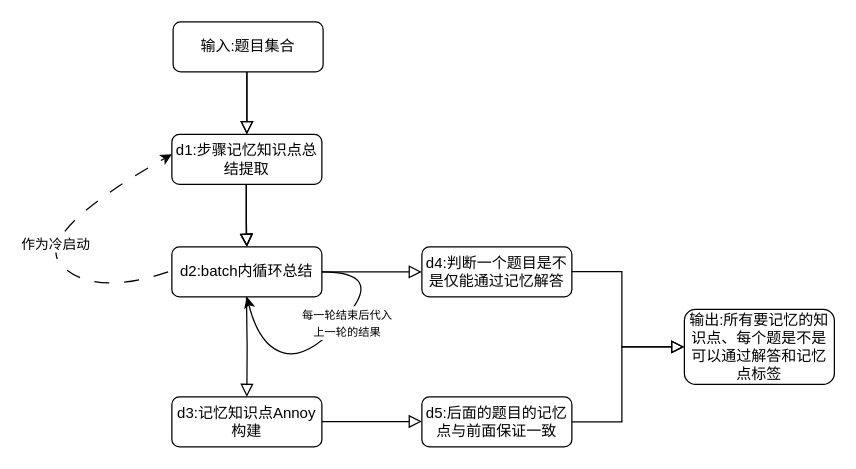
Above: 未命名绘图.drawio in urrethless/somework_graph-flow (draw.io), before the change. Source tidied: cells renumbered, new cells numbered last; positions are measured from the earlier drawing's top-left corner, leaving out a move shared by most shapes. Both pictures are drawn from the tidied source at 125%, with x=0, y=0 at pixel (30, 21).
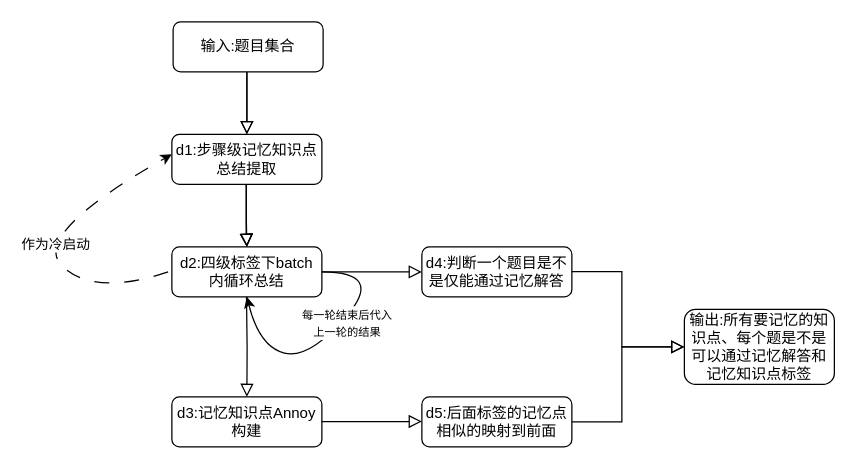
The same diagram, later.

The edit, as a diff of the source:
```diff
@@
-    <mxCell id="4" value="d1:步骤记忆知识点总结提取" style="rounded=1;whiteSpace=wrap;html=1;fontSize=12;glass=0;strokeWidth=1;shadow=0;" parent="1" vertex="1">
+    <mxCell id="4" value="d1:步骤级记忆知识点总结提取" style="rounded=1;whiteSpace=wrap;html=1;fontSize=12;glass=0;strokeWidth=1;shadow=0;" parent="1" vertex="1">
       <mxGeometry x="113" y="90" width="120" height="40" as="geometry" />
     </mxCell>
-    <mxCell id="5" value="d2:batch内循环总结" style="rounded=1;whiteSpace=wrap;html=1;fontSize=12;glass=0;strokeWidth=1;shadow=0;" parent="1" vertex="1">
+    <mxCell id="5" value="d2:四级标签下batch内循环总结" style="rounded=1;whiteSpace=wrap;html=1;fontSize=12;glass=0;strokeWidth=1;shadow=0;" parent="1" vertex="1">
       <mxGeometry x="113" y="180" width="120" height="40" as="geometry" />
     </mxCell>
@@
-    <mxCell id="11" value="d5:后面的题目的记忆点与前面保证一致" style="rounded=1;whiteSpace=wrap;html=1;fontSize=12;glass=0;strokeWidth=1;shadow=0;" parent="1" vertex="1">
+    <mxCell id="11" value="d5:后面标签的记忆点相似的映射到前面" style="rounded=1;whiteSpace=wrap;html=1;fontSize=12;glass=0;strokeWidth=1;shadow=0;" parent="1" vertex="1">
       <mxGeometry x="313" y="300" width="120" height="40" as="geometry" />
     </mxCell>
@@
-    <mxCell id="18" value="输出:所有要记忆的知识点、每个题是不是可以通过解答和记忆点标签" style="rounded=1;whiteSpace=wrap;html=1;fontSize=12;glass=0;strokeWidth=1;shadow=0;" parent="1" vertex="1">
+    <mxCell id="18" value="输出:所有要记忆的知识点、每个题是不是可以通过记忆解答和记忆知识点标签" style="rounded=1;whiteSpace=wrap;html=1;fontSize=12;glass=0;strokeWidth=1;shadow=0;" parent="1" vertex="1">
       <mxGeometry x="523" y="230" width="120" height="60" as="geometry" />
     </mxCell>
```
